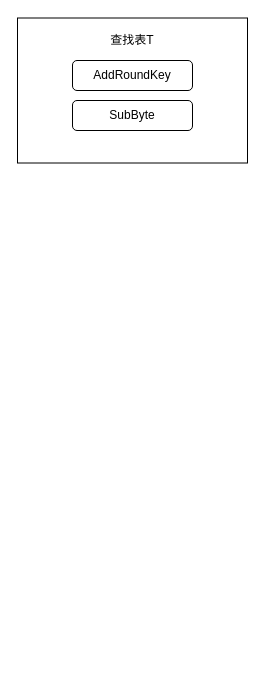
Above: ppt1.drawio in Sixaps/Hello-World (draw.io), before the change. Source tidied: cells renumbered, new cells numbered last; positions are measured from the earlier drawing's top-left corner, leaving out a move shared by most shapes. Both pictures are drawn from the tidied source at 100%, with x=0, y=0 at pixel (17, 18).
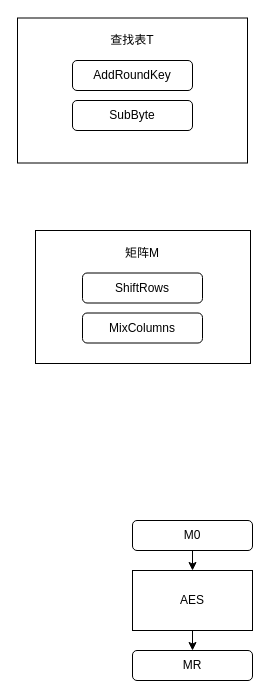
After the change.

Diff of the diagram source:
```diff
@@
 <mxGraphModel>
   <root>
     <mxCell id="0" />
     <mxCell id="1" parent="0" />
     <mxCell id="2" style="rounded=0;whiteSpace=wrap;html=1;" parent="1" vertex="1">
       <mxGeometry y="-0.5" width="230" height="145" as="geometry" />
     </mxCell>
     <mxCell id="3" value="AddRoundKey" style="rounded=1;whiteSpace=wrap;html=1;" parent="1" vertex="1">
       <mxGeometry x="55" y="42" width="120" height="30" as="geometry" />
     </mxCell>
     <mxCell id="4" value="SubByte" style="rounded=1;whiteSpace=wrap;html=1;" parent="1" vertex="1">
       <mxGeometry x="55" y="82" width="120" height="30" as="geometry" />
     </mxCell>
     <mxCell id="5" value="查找表T" style="text;html=1;strokeColor=none;fillColor=none;align=center;verticalAlign=middle;whiteSpace=wrap;rounded=0;" parent="1" vertex="1">
       <mxGeometry x="85" y="12" width="60" height="20" as="geometry" />
     </mxCell>
+    <mxCell id="6" style="rounded=0;whiteSpace=wrap;html=1;" parent="1" vertex="1">
+      <mxGeometry x="18" y="212" width="215" height="133" as="geometry" />
+    </mxCell>
+    <mxCell id="7" value="ShiftRows" style="rounded=1;whiteSpace=wrap;html=1;" parent="1" vertex="1">
+      <mxGeometry x="65" y="254.5" width="120" height="30" as="geometry" />
+    </mxCell>
+    <mxCell id="8" value="MixColumns" style="rounded=1;whiteSpace=wrap;html=1;" parent="1" vertex="1">
+      <mxGeometry x="65" y="294.5" width="120" height="30" as="geometry" />
+    </mxCell>
+    <mxCell id="9" value="矩阵M" style="text;html=1;strokeColor=none;fillColor=none;align=center;verticalAlign=middle;whiteSpace=wrap;rounded=0;" parent="1" vertex="1">
+      <mxGeometry x="95" y="224.5" width="60" height="20" as="geometry" />
+    </mxCell>
+    <mxCell id="10" style="edgeStyle=orthogonalEdgeStyle;rounded=0;jettySize=auto;html=1;exitX=0.5;exitY=1;exitDx=0;exitDy=0;entryX=0.5;entryY=0;entryDx=0;entryDy=0;" parent="1" edge="1" source="11" target="14">
+      <mxGeometry relative="1" as="geometry" />
+    </mxCell>
+    <mxCell id="11" value="AES" style="rounded=0;whiteSpace=wrap;html=1;" parent="1" vertex="1">
+      <mxGeometry x="115" y="552" width="120" height="60" as="geometry" />
+    </mxCell>
+    <mxCell id="12" style="edgeStyle=orthogonalEdgeStyle;rounded=0;jettySize=auto;html=1;exitX=0.5;exitY=1;exitDx=0;exitDy=0;entryX=0.5;entryY=0;entryDx=0;entryDy=0;" parent="1" edge="1" source="13" target="11">
+      <mxGeometry relative="1" as="geometry" />
+    </mxCell>
+    <mxCell id="13" value="M0" style="rounded=1;whiteSpace=wrap;html=1;" parent="1" vertex="1">
+      <mxGeometry x="115" y="502" width="120" height="30" as="geometry" />
+    </mxCell>
+    <mxCell id="14" value="MR" style="rounded=1;whiteSpace=wrap;html=1;" parent="1" vertex="1">
+      <mxGeometry x="115" y="632" width="120" height="30" as="geometry" />
+    </mxCell>
   </root>
 </mxGraphModel>
```
